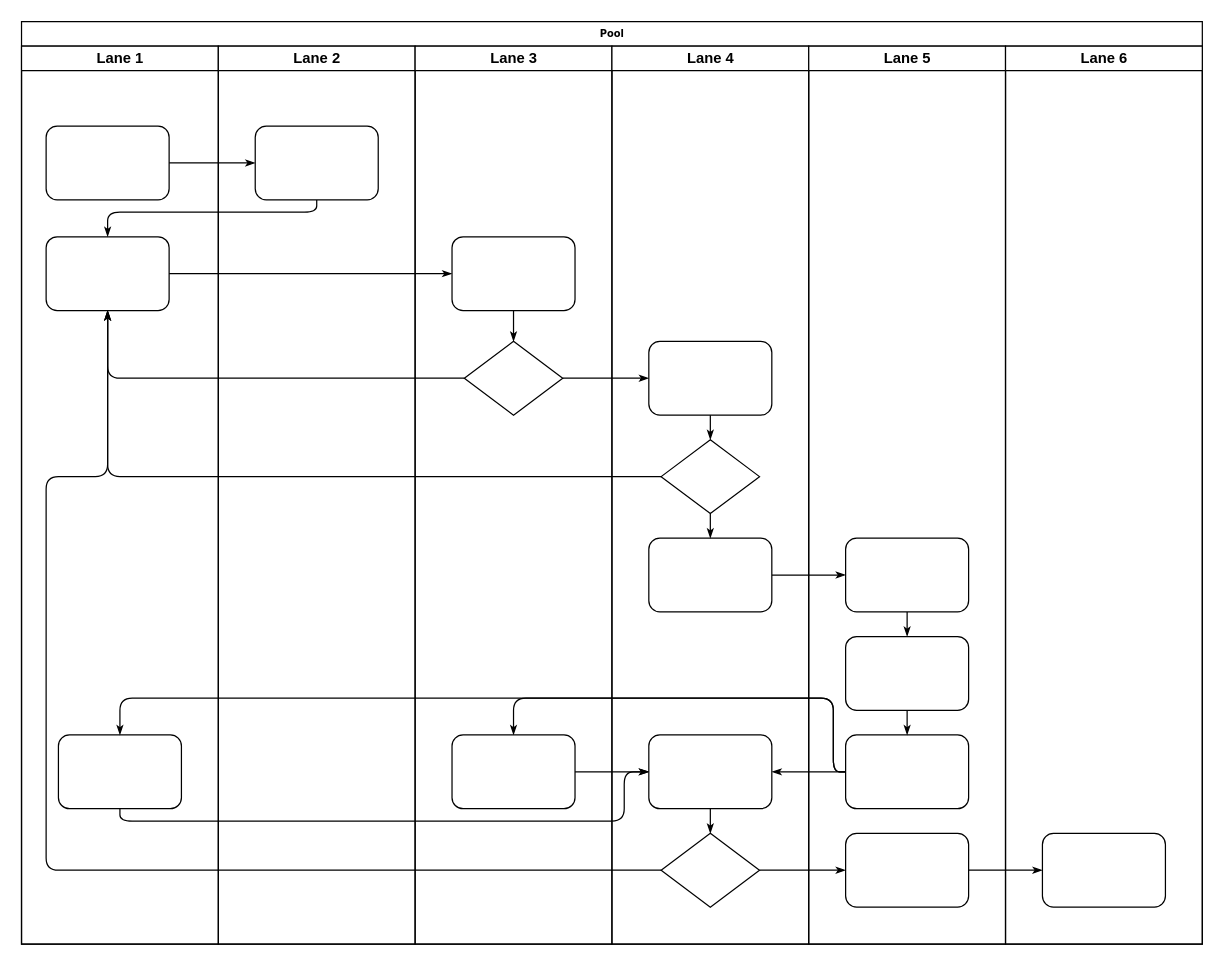
Earlier version of the draw.io diagram timeline_grafico.drawio (mpservizi/my_drive). Source tidied: cells renumbered, new cells numbered last; positions are measured from the earlier drawing's top-left corner, leaving out a move shared by most shapes. Both pictures are drawn from the tidied source at 123%, with x=0, y=0 at pixel (21, 21).
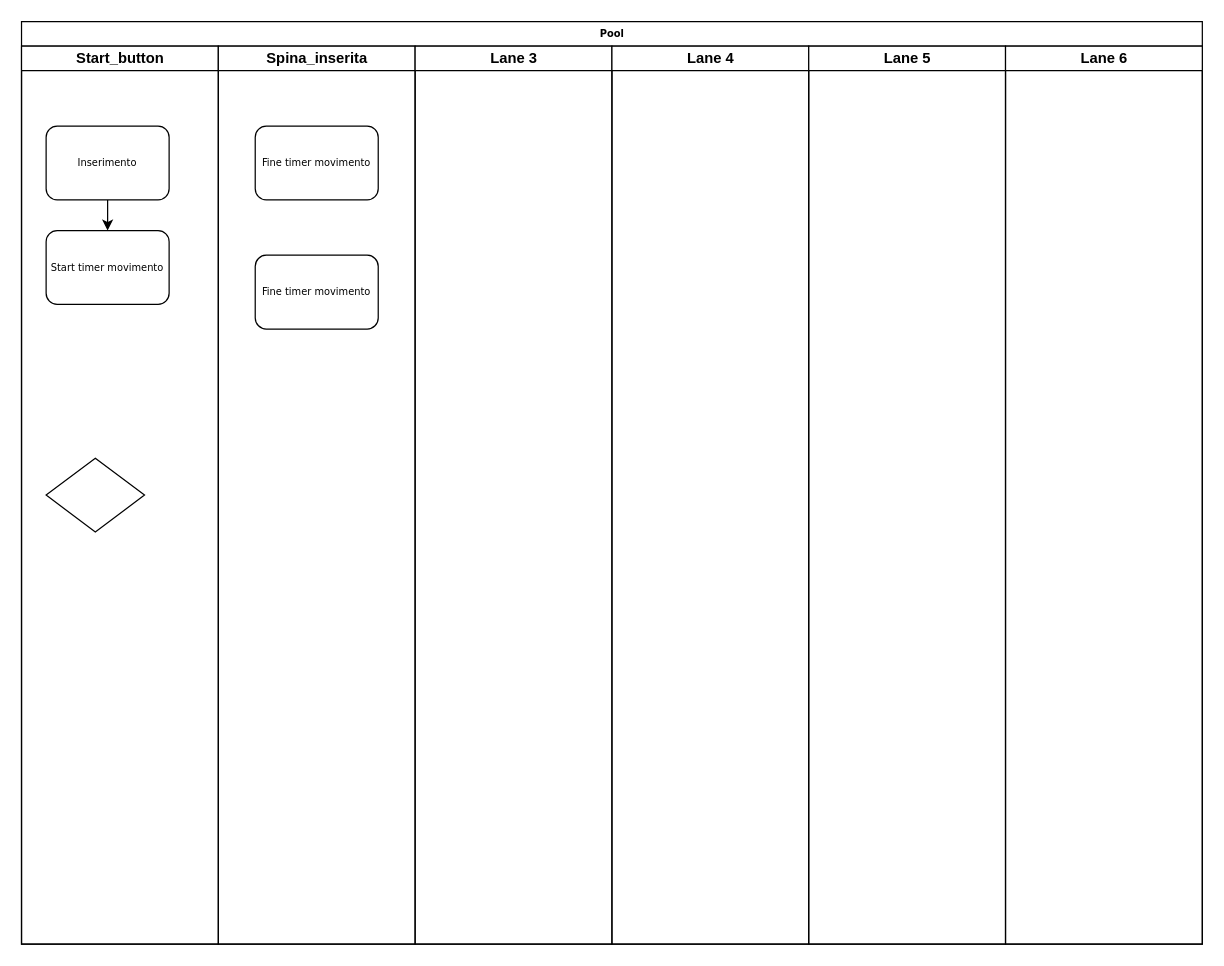
After the change.

Unchanged cells that the change refers to:
```xml
<mxCell id="2" value="Pool" style="swimlane;html=1;startSize=20;rounded=0;shadow=0;labelBackgroundColor=none;strokeWidth=1;fontFamily=Verdana;fontSize=8;align=center;" parent="1" vertex="1">
  <mxGeometry width="960" height="750" as="geometry" />
</mxCell>
<mxCell id="24" value="Lane 3" style="swimlane;html=1;startSize=20;" parent="2" vertex="1">
  <mxGeometry x="320" y="20" width="160" height="730" as="geometry" />
</mxCell>
<mxCell id="29" value="Lane 4" style="swimlane;html=1;startSize=20;" parent="2" vertex="1">
  <mxGeometry x="480" y="20" width="160" height="730" as="geometry" />
</mxCell>
<mxCell id="38" value="Lane 5" style="swimlane;html=1;startSize=20;" parent="2" vertex="1">
  <mxGeometry x="640" y="20" width="160" height="730" as="geometry" />
</mxCell>
<mxCell id="45" value="Lane 6" style="swimlane;html=1;startSize=20;" parent="2" vertex="1">
  <mxGeometry x="800" y="20" width="160" height="730" as="geometry" />
</mxCell>
```

The edit, as a diff of the source:
```diff
@@
-    <mxCell id="3" value="Lane 1" style="swimlane;html=1;startSize=20;" parent="2" vertex="1">
+    <mxCell id="3" value="Start_button" style="swimlane;html=1;startSize=20;" parent="2" vertex="1">
       <mxGeometry y="20" width="160" height="730" as="geometry" />
     </mxCell>
+    <mxCell id="47" style="edgeStyle=orthogonalEdgeStyle;rounded=0;jettySize=auto;html=1;exitX=0.5;exitY=1;exitDx=0;exitDy=0;entryX=0.5;entryY=0;entryDx=0;entryDy=0;" parent="3" edge="1" source="4" target="48">
+      <mxGeometry relative="1" as="geometry" />
+    </mxCell>
-    <mxCell id="4" style="rounded=1;whiteSpace=wrap;html=1;shadow=0;labelBackgroundColor=none;strokeWidth=1;fontFamily=Verdana;fontSize=8;align=center;" parent="3" vertex="1">
+    <mxCell id="4" value="Inserimento" style="rounded=1;whiteSpace=wrap;html=1;shadow=0;labelBackgroundColor=none;strokeWidth=1;fontFamily=Verdana;fontSize=8;align=center;" parent="3" vertex="1">
       <mxGeometry x="20" y="65" width="100" height="60" as="geometry" />
     </mxCell>
-    <mxCell id="5" style="rounded=1;whiteSpace=wrap;html=1;shadow=0;labelBackgroundColor=none;strokeWidth=1;fontFamily=Verdana;fontSize=8;align=center;" parent="3" vertex="1">
-      <mxGeometry x="20" y="155" width="100" height="60" as="geometry" />
-    </mxCell>
-    <mxCell id="6" style="rounded=1;whiteSpace=wrap;html=1;shadow=0;labelBackgroundColor=none;strokeWidth=1;fontFamily=Verdana;fontSize=8;align=center;" parent="3" vertex="1">
-      <mxGeometry x="30" y="560" width="100" height="60" as="geometry" />
-    </mxCell>
-    <mxCell id="7" style="edgeStyle=orthogonalEdgeStyle;rounded=1;html=1;labelBackgroundColor=none;startArrow=none;startFill=0;startSize=5;endArrow=classicThin;endFill=1;endSize=5;jettySize=auto;strokeWidth=1;fontFamily=Verdana;fontSize=8;" parent="2" edge="1" source="4" target="23">
-      <mxGeometry relative="1" as="geometry" />
-    </mxCell>
-    <mxCell id="8" style="edgeStyle=orthogonalEdgeStyle;rounded=1;html=1;labelBackgroundColor=none;startArrow=none;startFill=0;startSize=5;endArrow=classicThin;endFill=1;endSize=5;jettySize=auto;strokeWidth=1;fontFamily=Verdana;fontSize=8;" parent="2" edge="1" source="23" target="5">
-      <mxGeometry relative="1" as="geometry">
-        <Array as="points">
-          <mxPoint x="240" y="155" />
-          <mxPoint x="70" y="155" />
-        </Array>
-      </mxGeometry>
-    </mxCell>
-    <mxCell id="9" style="edgeStyle=orthogonalEdgeStyle;rounded=1;html=1;labelBackgroundColor=none;startArrow=none;startFill=0;startSize=5;endArrow=classicThin;endFill=1;endSize=5;jettySize=auto;strokeWidth=1;fontFamily=Verdana;fontSize=8;" parent="2" edge="1" source="5" target="25">
-      <mxGeometry relative="1" as="geometry" />
-    </mxCell>
-    <mxCell id="10" style="edgeStyle=orthogonalEdgeStyle;rounded=1;html=1;labelBackgroundColor=none;startArrow=none;startFill=0;startSize=5;endArrow=classicThin;endFill=1;endSize=5;jettySize=auto;strokeWidth=1;fontFamily=Verdana;fontSize=8;" parent="2" edge="1" source="26" target="5">
-      <mxGeometry relative="1" as="geometry" />
-    </mxCell>
-    <mxCell id="11" style="edgeStyle=orthogonalEdgeStyle;rounded=1;html=1;labelBackgroundColor=none;startArrow=none;startFill=0;startSize=5;endArrow=classicThin;endFill=1;endSize=5;jettySize=auto;strokeWidth=1;fontFamily=Verdana;fontSize=8;" parent="2" edge="1" source="31" target="5">
-      <mxGeometry relative="1" as="geometry" />
-    </mxCell>
-    <mxCell id="12" style="edgeStyle=orthogonalEdgeStyle;rounded=1;html=1;labelBackgroundColor=none;startArrow=none;startFill=0;startSize=5;endArrow=classicThin;endFill=1;endSize=5;jettySize=auto;strokeWidth=1;fontFamily=Verdana;fontSize=8;" parent="2" edge="1" source="34" target="5">
-      <mxGeometry relative="1" as="geometry">
-        <Array as="points">
-          <mxPoint x="20" y="690" />
-          <mxPoint x="20" y="370" />
-          <mxPoint x="70" y="370" />
-        </Array>
-      </mxGeometry>
-    </mxCell>
-    <mxCell id="13" style="edgeStyle=orthogonalEdgeStyle;rounded=1;html=1;labelBackgroundColor=none;startArrow=none;startFill=0;startSize=5;endArrow=classicThin;endFill=1;endSize=5;jettySize=auto;strokeWidth=1;fontFamily=Verdana;fontSize=8;" parent="2" edge="1" source="26" target="30">
-      <mxGeometry relative="1" as="geometry" />
-    </mxCell>
-    <mxCell id="14" style="edgeStyle=orthogonalEdgeStyle;rounded=1;html=1;labelBackgroundColor=none;startArrow=none;startFill=0;startSize=5;endArrow=classicThin;endFill=1;endSize=5;jettySize=auto;strokeWidth=1;fontFamily=Verdana;fontSize=8;" parent="2" edge="1" source="34" target="42">
-      <mxGeometry relative="1" as="geometry" />
-    </mxCell>
-    <mxCell id="15" style="edgeStyle=orthogonalEdgeStyle;rounded=1;html=1;labelBackgroundColor=none;startArrow=none;startFill=0;startSize=5;endArrow=classicThin;endFill=1;endSize=5;jettySize=auto;strokeWidth=1;fontFamily=Verdana;fontSize=8;" parent="2" edge="1" source="42" target="46">
-      <mxGeometry relative="1" as="geometry" />
-    </mxCell>
-    <mxCell id="16" style="edgeStyle=orthogonalEdgeStyle;rounded=1;html=1;labelBackgroundColor=none;startArrow=none;startFill=0;startSize=5;endArrow=classicThin;endFill=1;endSize=5;jettySize=auto;strokeWidth=1;fontFamily=Verdana;fontSize=8;" parent="2" edge="1" source="32" target="39">
-      <mxGeometry relative="1" as="geometry" />
-    </mxCell>
-    <mxCell id="17" style="edgeStyle=orthogonalEdgeStyle;rounded=1;html=1;labelBackgroundColor=none;startArrow=none;startFill=0;startSize=5;endArrow=classicThin;endFill=1;endSize=5;jettySize=auto;strokeWidth=1;fontFamily=Verdana;fontSize=8;" parent="2" edge="1" source="41" target="27">
-      <mxGeometry relative="1" as="geometry">
-        <Array as="points">
-          <mxPoint x="660" y="610" />
-          <mxPoint x="660" y="550" />
-          <mxPoint x="400" y="550" />
-        </Array>
-      </mxGeometry>
-    </mxCell>
-    <mxCell id="18" style="edgeStyle=orthogonalEdgeStyle;rounded=1;html=1;labelBackgroundColor=none;startArrow=none;startFill=0;startSize=5;endArrow=classicThin;endFill=1;endSize=5;jettySize=auto;strokeColor=#000000;strokeWidth=1;fontFamily=Verdana;fontSize=8;fontColor=#000000;" parent="2" edge="1" source="41" target="33">
-      <mxGeometry relative="1" as="geometry" />
-    </mxCell>
-    <mxCell id="19" style="edgeStyle=orthogonalEdgeStyle;rounded=1;html=1;labelBackgroundColor=none;startArrow=none;startFill=0;startSize=5;endArrow=classicThin;endFill=1;endSize=5;jettySize=auto;strokeWidth=1;fontFamily=Verdana;fontSize=8;" parent="2" edge="1" source="41" target="6">
-      <mxGeometry relative="1" as="geometry">
-        <Array as="points">
-          <mxPoint x="660" y="610" />
-          <mxPoint x="660" y="550" />
-          <mxPoint x="80" y="550" />
-        </Array>
-      </mxGeometry>
-    </mxCell>
-    <mxCell id="20" style="edgeStyle=orthogonalEdgeStyle;rounded=1;html=1;labelBackgroundColor=none;startArrow=none;startFill=0;startSize=5;endArrow=classicThin;endFill=1;endSize=5;jettySize=auto;strokeWidth=1;fontFamily=Verdana;fontSize=8;" parent="2" edge="1" source="6" target="33">
-      <mxGeometry relative="1" as="geometry">
-        <Array as="points">
-          <mxPoint x="80" y="650" />
-          <mxPoint x="490" y="650" />
-          <mxPoint x="490" y="610" />
-        </Array>
-      </mxGeometry>
-    </mxCell>
-    <mxCell id="21" style="edgeStyle=orthogonalEdgeStyle;rounded=1;html=1;labelBackgroundColor=none;startArrow=none;startFill=0;startSize=5;endArrow=classicThin;endFill=1;endSize=5;jettySize=auto;strokeWidth=1;fontFamily=Verdana;fontSize=8;" parent="2" edge="1" source="27" target="33">
-      <mxGeometry relative="1" as="geometry" />
-    </mxCell>
+    <mxCell id="34" style="rhombus;whiteSpace=wrap;html=1;rounded=0;shadow=0;labelBackgroundColor=none;strokeWidth=1;fontFamily=Verdana;fontSize=8;align=center;" parent="3" vertex="1">
+      <mxGeometry x="20" y="335" width="80" height="60" as="geometry" />
+    </mxCell>
+    <mxCell id="48" value="Start timer movimento" style="rounded=1;whiteSpace=wrap;html=1;shadow=0;labelBackgroundColor=none;strokeWidth=1;fontFamily=Verdana;fontSize=8;align=center;" parent="3" vertex="1">
+      <mxGeometry x="20" y="150" width="100" height="60" as="geometry" />
+    </mxCell>
-    <mxCell id="22" value="Lane 2" style="swimlane;html=1;startSize=20;" parent="2" vertex="1">
+    <mxCell id="22" value="Spina_inserita" style="swimlane;html=1;startSize=20;" parent="2" vertex="1">
       <mxGeometry x="160" y="20" width="160" height="730" as="geometry" />
     </mxCell>
-    <mxCell id="23" style="rounded=1;whiteSpace=wrap;html=1;shadow=0;labelBackgroundColor=none;strokeWidth=1;fontFamily=Verdana;fontSize=8;align=center;" parent="22" vertex="1">
+    <mxCell id="23" value="Fine timer movimento" style="rounded=1;whiteSpace=wrap;html=1;shadow=0;labelBackgroundColor=none;strokeWidth=1;fontFamily=Verdana;fontSize=8;align=center;" parent="22" vertex="1">
       <mxGeometry x="30" y="65" width="100" height="60" as="geometry" />
     </mxCell>
+    <mxCell id="49" value="Fine timer movimento" style="rounded=1;whiteSpace=wrap;html=1;shadow=0;labelBackgroundColor=none;strokeWidth=1;fontFamily=Verdana;fontSize=8;align=center;" parent="22" vertex="1">
+      <mxGeometry x="30" y="170" width="100" height="60" as="geometry" />
+    </mxCell>
@@
-    <mxCell id="25" style="rounded=1;whiteSpace=wrap;html=1;shadow=0;labelBackgroundColor=none;strokeWidth=1;fontFamily=Verdana;fontSize=8;align=center;" parent="24" vertex="1">
-      <mxGeometry x="30" y="155" width="100" height="60" as="geometry" />
-    </mxCell>
-    <mxCell id="26" style="rhombus;whiteSpace=wrap;html=1;rounded=0;shadow=0;labelBackgroundColor=none;strokeWidth=1;fontFamily=Verdana;fontSize=8;align=center;" parent="24" vertex="1">
-      <mxGeometry x="40" y="240" width="80" height="60" as="geometry" />
-    </mxCell>
-    <mxCell id="27" style="rounded=1;whiteSpace=wrap;html=1;shadow=0;labelBackgroundColor=none;strokeWidth=1;fontFamily=Verdana;fontSize=8;align=center;" parent="24" vertex="1">
-      <mxGeometry x="30" y="560" width="100" height="60" as="geometry" />
-    </mxCell>
-    <mxCell id="28" style="edgeStyle=orthogonalEdgeStyle;rounded=1;html=1;labelBackgroundColor=none;startArrow=none;startFill=0;startSize=5;endArrow=classicThin;endFill=1;endSize=5;jettySize=auto;strokeWidth=1;fontFamily=Verdana;fontSize=8;" parent="24" edge="1" source="25" target="26">
-      <mxGeometry relative="1" as="geometry" />
-    </mxCell>
@@
-    <mxCell id="30" style="rounded=1;whiteSpace=wrap;html=1;shadow=0;labelBackgroundColor=none;strokeWidth=1;fontFamily=Verdana;fontSize=8;align=center;" parent="29" vertex="1">
-      <mxGeometry x="30" y="240" width="100" height="60" as="geometry" />
-    </mxCell>
-    <mxCell id="31" style="rhombus;whiteSpace=wrap;html=1;rounded=0;shadow=0;labelBackgroundColor=none;strokeWidth=1;fontFamily=Verdana;fontSize=8;align=center;" parent="29" vertex="1">
-      <mxGeometry x="40" y="320" width="80" height="60" as="geometry" />
-    </mxCell>
-    <mxCell id="32" style="rounded=1;whiteSpace=wrap;html=1;shadow=0;labelBackgroundColor=none;strokeWidth=1;fontFamily=Verdana;fontSize=8;align=center;" parent="29" vertex="1">
-      <mxGeometry x="30" y="400" width="100" height="60" as="geometry" />
-    </mxCell>
-    <mxCell id="33" style="rounded=1;whiteSpace=wrap;html=1;shadow=0;labelBackgroundColor=none;strokeWidth=1;fontFamily=Verdana;fontSize=8;align=center;" parent="29" vertex="1">
-      <mxGeometry x="30" y="560" width="100" height="60" as="geometry" />
-    </mxCell>
-    <mxCell id="34" style="rhombus;whiteSpace=wrap;html=1;rounded=0;shadow=0;labelBackgroundColor=none;strokeWidth=1;fontFamily=Verdana;fontSize=8;align=center;" parent="29" vertex="1">
-      <mxGeometry x="40" y="640" width="80" height="60" as="geometry" />
-    </mxCell>
-    <mxCell id="35" style="edgeStyle=orthogonalEdgeStyle;rounded=1;html=1;labelBackgroundColor=none;startArrow=none;startFill=0;startSize=5;endArrow=classicThin;endFill=1;endSize=5;jettySize=auto;strokeColor=#000000;strokeWidth=1;fontFamily=Verdana;fontSize=8;fontColor=#000000;" parent="29" edge="1" source="30" target="31">
-      <mxGeometry relative="1" as="geometry" />
-    </mxCell>
-    <mxCell id="36" style="edgeStyle=orthogonalEdgeStyle;rounded=1;html=1;labelBackgroundColor=none;startArrow=none;startFill=0;startSize=5;endArrow=classicThin;endFill=1;endSize=5;jettySize=auto;strokeWidth=1;fontFamily=Verdana;fontSize=8;" parent="29" edge="1" source="31" target="32">
-      <mxGeometry relative="1" as="geometry" />
-    </mxCell>
-    <mxCell id="37" style="edgeStyle=orthogonalEdgeStyle;rounded=1;html=1;labelBackgroundColor=none;startArrow=none;startFill=0;startSize=5;endArrow=classicThin;endFill=1;endSize=5;jettySize=auto;strokeWidth=1;fontFamily=Verdana;fontSize=8;" parent="29" edge="1" source="33" target="34">
-      <mxGeometry relative="1" as="geometry" />
-    </mxCell>
@@
-    <mxCell id="39" style="rounded=1;whiteSpace=wrap;html=1;shadow=0;labelBackgroundColor=none;strokeWidth=1;fontFamily=Verdana;fontSize=8;align=center;" parent="38" vertex="1">
-      <mxGeometry x="30" y="400" width="100" height="60" as="geometry" />
-    </mxCell>
-    <mxCell id="40" style="rounded=1;whiteSpace=wrap;html=1;shadow=0;labelBackgroundColor=none;strokeWidth=1;fontFamily=Verdana;fontSize=8;align=center;" parent="38" vertex="1">
-      <mxGeometry x="30" y="480" width="100" height="60" as="geometry" />
-    </mxCell>
-    <mxCell id="41" style="rounded=1;whiteSpace=wrap;html=1;shadow=0;labelBackgroundColor=none;strokeWidth=1;fontFamily=Verdana;fontSize=8;align=center;" parent="38" vertex="1">
-      <mxGeometry x="30" y="560" width="100" height="60" as="geometry" />
-    </mxCell>
-    <mxCell id="42" style="rounded=1;whiteSpace=wrap;html=1;shadow=0;labelBackgroundColor=none;strokeWidth=1;fontFamily=Verdana;fontSize=8;align=center;" parent="38" vertex="1">
-      <mxGeometry x="30" y="640" width="100" height="60" as="geometry" />
-    </mxCell>
-    <mxCell id="43" style="edgeStyle=orthogonalEdgeStyle;rounded=1;html=1;labelBackgroundColor=none;startArrow=none;startFill=0;startSize=5;endArrow=classicThin;endFill=1;endSize=5;jettySize=auto;strokeWidth=1;fontFamily=Verdana;fontSize=8;" parent="38" edge="1" source="39" target="40">
-      <mxGeometry relative="1" as="geometry" />
-    </mxCell>
-    <mxCell id="44" style="edgeStyle=orthogonalEdgeStyle;rounded=1;html=1;labelBackgroundColor=none;startArrow=none;startFill=0;startSize=5;endArrow=classicThin;endFill=1;endSize=5;jettySize=auto;strokeWidth=1;fontFamily=Verdana;fontSize=8;" parent="38" edge="1" source="40" target="41">
-      <mxGeometry relative="1" as="geometry" />
-    </mxCell>
@@
-    <mxCell id="46" style="rounded=1;whiteSpace=wrap;html=1;shadow=0;labelBackgroundColor=none;strokeWidth=1;fontFamily=Verdana;fontSize=8;align=center;" parent="45" vertex="1">
-      <mxGeometry x="30" y="640" width="100" height="60" as="geometry" />
-    </mxCell>
```
